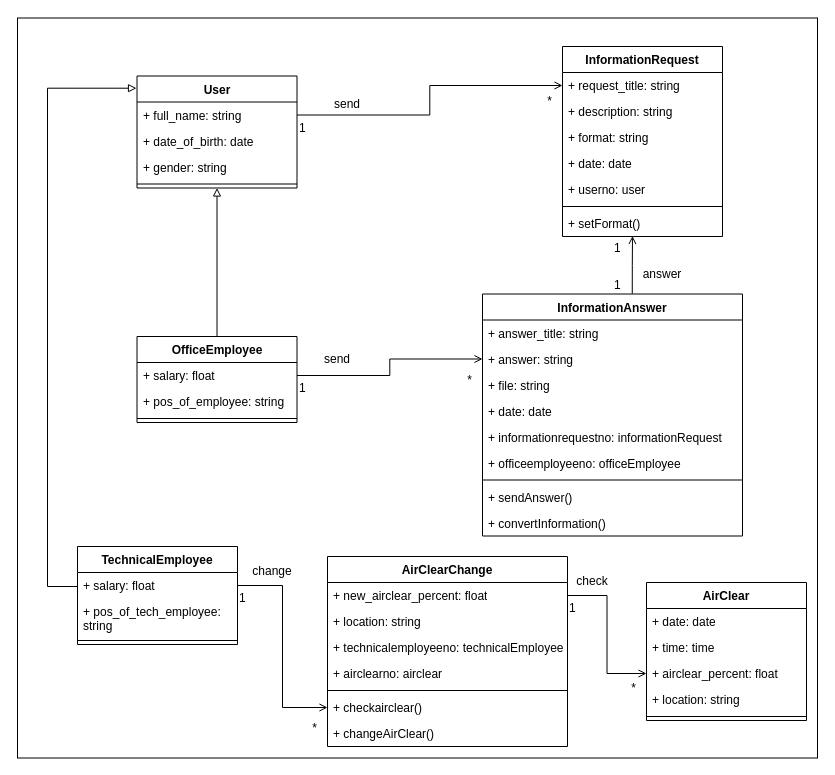
Earlier version of the draw.io diagram 2-SoftwareDesign/2.5-UMLProgramClasses/UMLProgramClasses.drawio (oleksandrblazhko/ai-213-golovnin). Source tidied: cells renumbered, new cells numbered last; positions are measured from the earlier drawing's top-left corner, leaving out a move shared by most shapes. Both pictures are drawn from the tidied source at 100%, with x=0, y=0 at pixel (17, 18).
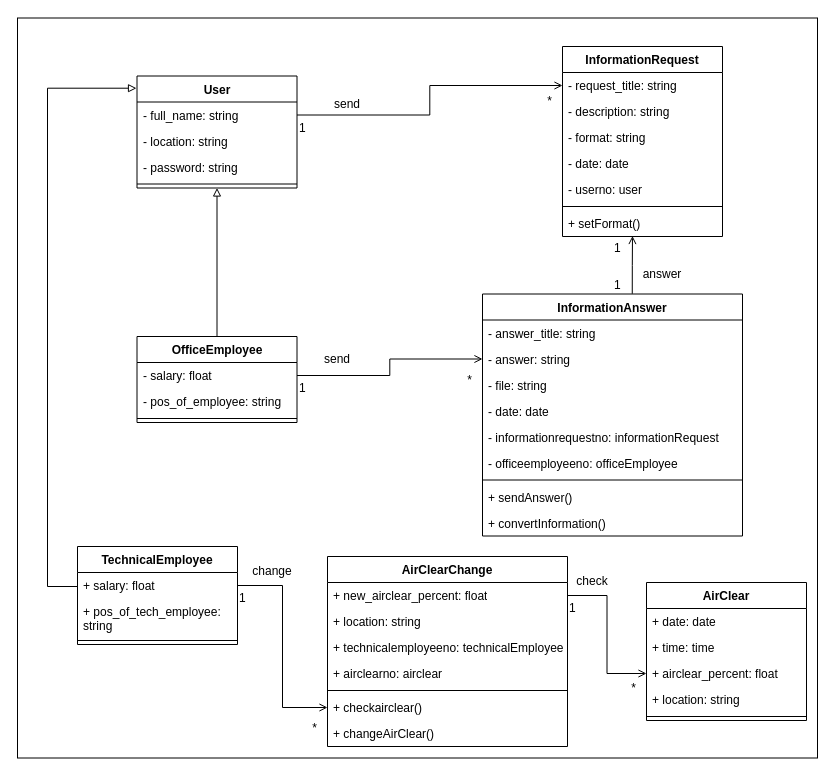
The same diagram, later.

The change refers to these unchanged cells:
```xml
<mxCell id="3" value="User" style="swimlane;fontStyle=1;align=center;verticalAlign=top;horizontal=1;startSize=26;whiteSpace=wrap;html=1;" parent="1" vertex="1">
  <mxGeometry x="119.5" y="57.5" width="160" height="112" as="geometry" />
</mxCell>
<mxCell id="9" value="OfficeEmployee" style="swimlane;fontStyle=1;align=center;verticalAlign=top;horizontal=1;startSize=26;whiteSpace=wrap;html=1;" parent="1" vertex="1">
  <mxGeometry x="119.5" y="318" width="160" height="86" as="geometry" />
</mxCell>
<mxCell id="17" value="InformationRequest" style="swimlane;fontStyle=1;align=center;verticalAlign=top;horizontal=1;startSize=26;whiteSpace=wrap;html=1;" parent="1" vertex="1">
  <mxGeometry x="545" y="28" width="160" height="190" as="geometry" />
</mxCell>
<mxCell id="25" value="InformationAnswer" style="swimlane;fontStyle=1;align=center;verticalAlign=top;horizontal=1;startSize=26;whiteSpace=wrap;html=1;" parent="1" vertex="1">
  <mxGeometry x="465" y="275.5" width="260" height="242" as="geometry" />
</mxCell>
```

What changed in the source:
```diff
@@
-    <mxCell id="4" value="+&amp;nbsp;full_name: string" style="text;strokeColor=none;fillColor=none;align=left;verticalAlign=top;spacingLeft=4;spacingRight=4;overflow=hidden;points=[[0,0.5],[1,0.5]];portConstraint=eastwest;whiteSpace=wrap;html=1;" parent="3" vertex="1">
+    <mxCell id="4" value="- full_name: string" style="text;strokeColor=none;fillColor=none;align=left;verticalAlign=top;spacingLeft=4;spacingRight=4;overflow=hidden;points=[[0,0.5],[1,0.5]];portConstraint=eastwest;whiteSpace=wrap;html=1;" parent="3" vertex="1">
       <mxGeometry y="26" width="160" height="26" as="geometry" />
     </mxCell>
-    <mxCell id="5" value="+&amp;nbsp;date_of_birth: date" style="text;strokeColor=none;fillColor=none;align=left;verticalAlign=top;spacingLeft=4;spacingRight=4;overflow=hidden;whiteSpace=wrap;html=1;" parent="3" vertex="1">
+    <mxCell id="5" value="- location: string" style="text;strokeColor=none;fillColor=none;align=left;verticalAlign=top;spacingLeft=4;spacingRight=4;overflow=hidden;whiteSpace=wrap;html=1;" parent="3" vertex="1">
       <mxGeometry y="52" width="160" height="26" as="geometry" />
     </mxCell>
-    <mxCell id="6" value="+&amp;nbsp;gender: string" style="text;strokeColor=none;fillColor=none;align=left;verticalAlign=top;spacingLeft=4;spacingRight=4;overflow=hidden;whiteSpace=wrap;html=1;" parent="3" vertex="1">
+    <mxCell id="6" value="- password: string" style="text;strokeColor=none;fillColor=none;align=left;verticalAlign=top;spacingLeft=4;spacingRight=4;overflow=hidden;whiteSpace=wrap;html=1;" parent="3" vertex="1">
       <mxGeometry y="78" width="160" height="26" as="geometry" />
     </mxCell>
@@
-    <mxCell id="10" value="+ salary: float" style="text;strokeColor=none;fillColor=none;align=left;verticalAlign=top;spacingLeft=4;spacingRight=4;overflow=hidden;points=[[0,0.5],[1,0.5]];portConstraint=eastwest;whiteSpace=wrap;html=1;" parent="9" vertex="1">
+    <mxCell id="10" value="- salary: float" style="text;strokeColor=none;fillColor=none;align=left;verticalAlign=top;spacingLeft=4;spacingRight=4;overflow=hidden;points=[[0,0.5],[1,0.5]];portConstraint=eastwest;whiteSpace=wrap;html=1;" parent="9" vertex="1">
       <mxGeometry y="26" width="160" height="26" as="geometry" />
     </mxCell>
-    <mxCell id="11" value="+&amp;nbsp;pos_of_employee: string" style="text;strokeColor=none;fillColor=none;align=left;verticalAlign=top;spacingLeft=4;spacingRight=4;overflow=hidden;whiteSpace=wrap;html=1;" parent="9" vertex="1">
+    <mxCell id="11" value="- pos_of_employee: string" style="text;strokeColor=none;fillColor=none;align=left;verticalAlign=top;spacingLeft=4;spacingRight=4;overflow=hidden;whiteSpace=wrap;html=1;" parent="9" vertex="1">
       <mxGeometry y="52" width="160" height="26" as="geometry" />
     </mxCell>
@@
-    <mxCell id="18" value="+&amp;nbsp;request_title: string" style="text;strokeColor=none;fillColor=none;align=left;verticalAlign=top;spacingLeft=4;spacingRight=4;overflow=hidden;points=[[0,0.5],[1,0.5]];portConstraint=eastwest;whiteSpace=wrap;html=1;" parent="17" vertex="1">
+    <mxCell id="18" value="- request_title: string" style="text;strokeColor=none;fillColor=none;align=left;verticalAlign=top;spacingLeft=4;spacingRight=4;overflow=hidden;points=[[0,0.5],[1,0.5]];portConstraint=eastwest;whiteSpace=wrap;html=1;" parent="17" vertex="1">
       <mxGeometry y="26" width="160" height="26" as="geometry" />
     </mxCell>
-    <mxCell id="19" value="+&amp;nbsp;description: string" style="text;strokeColor=none;fillColor=none;align=left;verticalAlign=top;spacingLeft=4;spacingRight=4;overflow=hidden;whiteSpace=wrap;html=1;" parent="17" vertex="1">
+    <mxCell id="19" value="- description: string" style="text;strokeColor=none;fillColor=none;align=left;verticalAlign=top;spacingLeft=4;spacingRight=4;overflow=hidden;whiteSpace=wrap;html=1;" parent="17" vertex="1">
       <mxGeometry y="52" width="160" height="26" as="geometry" />
     </mxCell>
-    <mxCell id="20" value="+&amp;nbsp;format: string" style="text;strokeColor=none;fillColor=none;align=left;verticalAlign=top;spacingLeft=4;spacingRight=4;overflow=hidden;whiteSpace=wrap;html=1;" parent="17" vertex="1">
+    <mxCell id="20" value="- format: string" style="text;strokeColor=none;fillColor=none;align=left;verticalAlign=top;spacingLeft=4;spacingRight=4;overflow=hidden;whiteSpace=wrap;html=1;" parent="17" vertex="1">
       <mxGeometry y="78" width="160" height="26" as="geometry" />
     </mxCell>
-    <mxCell id="21" value="+&amp;nbsp;date:&amp;nbsp;date" style="text;strokeColor=none;fillColor=none;align=left;verticalAlign=top;spacingLeft=4;spacingRight=4;overflow=hidden;whiteSpace=wrap;html=1;" parent="17" vertex="1">
+    <mxCell id="21" value="- date:&amp;nbsp;date" style="text;strokeColor=none;fillColor=none;align=left;verticalAlign=top;spacingLeft=4;spacingRight=4;overflow=hidden;whiteSpace=wrap;html=1;" parent="17" vertex="1">
       <mxGeometry y="104" width="160" height="26" as="geometry" />
     </mxCell>
-    <mxCell id="22" value="+&amp;nbsp;userno:&amp;nbsp;user" style="text;strokeColor=none;fillColor=none;align=left;verticalAlign=top;spacingLeft=4;spacingRight=4;overflow=hidden;whiteSpace=wrap;html=1;" parent="17" vertex="1">
+    <mxCell id="22" value="- userno:&amp;nbsp;user" style="text;strokeColor=none;fillColor=none;align=left;verticalAlign=top;spacingLeft=4;spacingRight=4;overflow=hidden;whiteSpace=wrap;html=1;" parent="17" vertex="1">
       <mxGeometry y="130" width="160" height="26" as="geometry" />
     </mxCell>
@@
-    <mxCell id="26" value="+&amp;nbsp;answer_title: string" style="text;strokeColor=none;fillColor=none;align=left;verticalAlign=top;spacingLeft=4;spacingRight=4;overflow=hidden;whiteSpace=wrap;html=1;" parent="25" vertex="1">
+    <mxCell id="26" value="- answer_title: string" style="text;strokeColor=none;fillColor=none;align=left;verticalAlign=top;spacingLeft=4;spacingRight=4;overflow=hidden;whiteSpace=wrap;html=1;" parent="25" vertex="1">
       <mxGeometry y="26" width="260" height="26" as="geometry" />
     </mxCell>
-    <mxCell id="27" value="+&amp;nbsp;answer: string" style="text;strokeColor=none;fillColor=none;align=left;verticalAlign=top;spacingLeft=4;spacingRight=4;overflow=hidden;points=[[0,0.5],[1,0.5]];portConstraint=eastwest;whiteSpace=wrap;html=1;" parent="25" vertex="1">
+    <mxCell id="27" value="- answer: string" style="text;strokeColor=none;fillColor=none;align=left;verticalAlign=top;spacingLeft=4;spacingRight=4;overflow=hidden;points=[[0,0.5],[1,0.5]];portConstraint=eastwest;whiteSpace=wrap;html=1;" parent="25" vertex="1">
       <mxGeometry y="52" width="260" height="26" as="geometry" />
     </mxCell>
-    <mxCell id="28" value="+&amp;nbsp;file: string" style="text;strokeColor=none;fillColor=none;align=left;verticalAlign=top;spacingLeft=4;spacingRight=4;overflow=hidden;whiteSpace=wrap;html=1;" parent="25" vertex="1">
+    <mxCell id="28" value="- file: string" style="text;strokeColor=none;fillColor=none;align=left;verticalAlign=top;spacingLeft=4;spacingRight=4;overflow=hidden;whiteSpace=wrap;html=1;" parent="25" vertex="1">
       <mxGeometry y="78" width="260" height="26" as="geometry" />
     </mxCell>
-    <mxCell id="29" value="+&amp;nbsp;date:&amp;nbsp;date" style="text;strokeColor=none;fillColor=none;align=left;verticalAlign=top;spacingLeft=4;spacingRight=4;overflow=hidden;whiteSpace=wrap;html=1;" parent="25" vertex="1">
+    <mxCell id="29" value="- date:&amp;nbsp;date" style="text;strokeColor=none;fillColor=none;align=left;verticalAlign=top;spacingLeft=4;spacingRight=4;overflow=hidden;whiteSpace=wrap;html=1;" parent="25" vertex="1">
       <mxGeometry y="104" width="260" height="26" as="geometry" />
     </mxCell>
-    <mxCell id="30" value="+&amp;nbsp;informationrequestno: informationRequest" style="text;strokeColor=none;fillColor=none;align=left;verticalAlign=top;spacingLeft=4;spacingRight=4;overflow=hidden;whiteSpace=wrap;html=1;" parent="25" vertex="1">
+    <mxCell id="30" value="- informationrequestno: informationRequest" style="text;strokeColor=none;fillColor=none;align=left;verticalAlign=top;spacingLeft=4;spacingRight=4;overflow=hidden;whiteSpace=wrap;html=1;" parent="25" vertex="1">
       <mxGeometry y="130" width="260" height="26" as="geometry" />
     </mxCell>
-    <mxCell id="31" value="+&amp;nbsp;officeemployeeno: officeEmployee" style="text;strokeColor=none;fillColor=none;align=left;verticalAlign=top;spacingLeft=4;spacingRight=4;overflow=hidden;whiteSpace=wrap;html=1;" parent="25" vertex="1">
+    <mxCell id="31" value="- officeemployeeno: officeEmployee" style="text;strokeColor=none;fillColor=none;align=left;verticalAlign=top;spacingLeft=4;spacingRight=4;overflow=hidden;whiteSpace=wrap;html=1;" parent="25" vertex="1">
       <mxGeometry y="156" width="260" height="26" as="geometry" />
     </mxCell>
```
